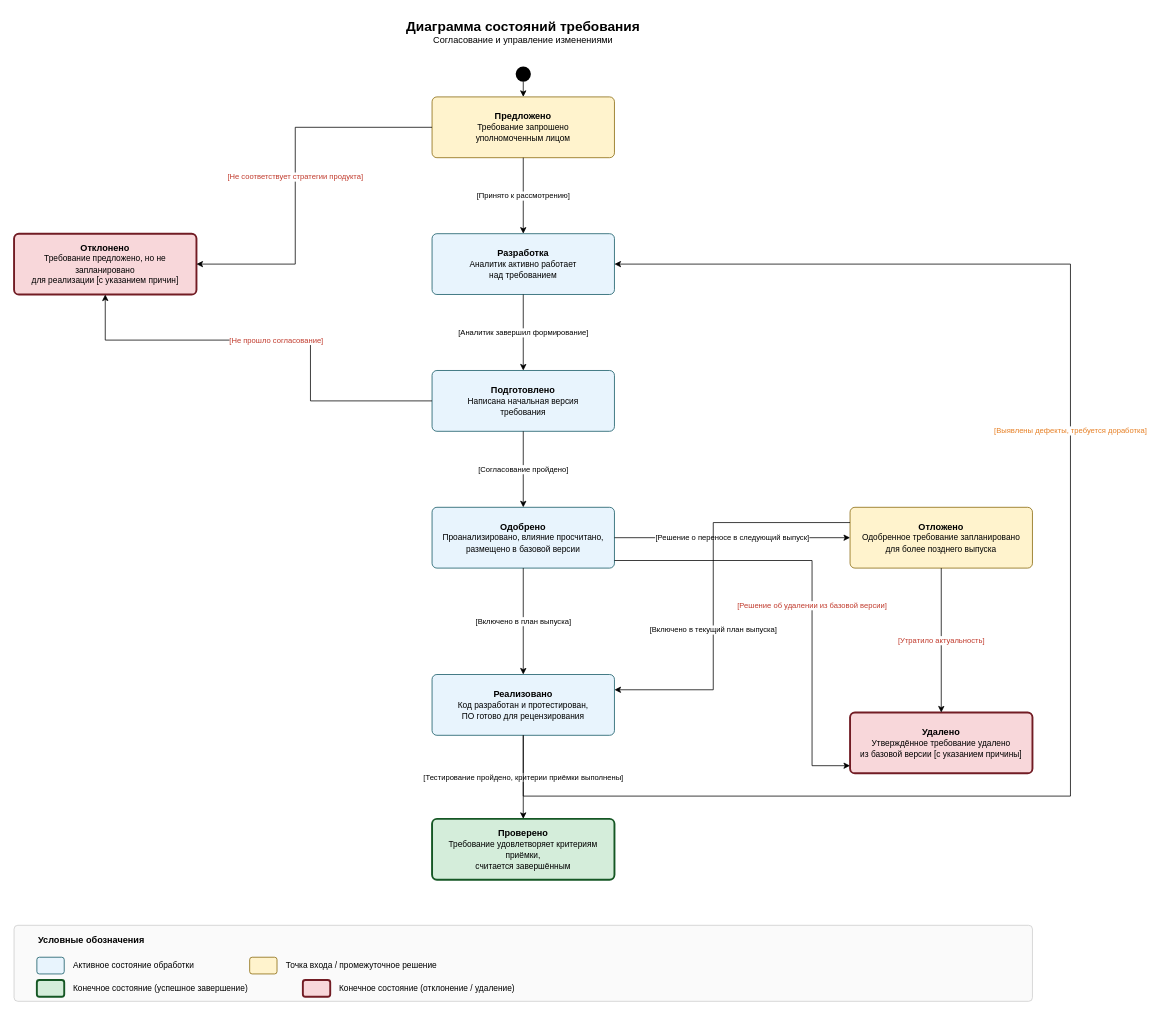
Darya338567/Technical-Specification-BA-CA-Analyst keeps this draw.io diagram as tz_oblteh.drawio. Above is the earlier version. Source tidied: cells renumbered, new cells numbered last; positions are measured from the earlier drawing's top-left corner, leaving out a move shared by most shapes. Both pictures are drawn from the tidied source at 76%, with x=0, y=0 at pixel (14, 13).
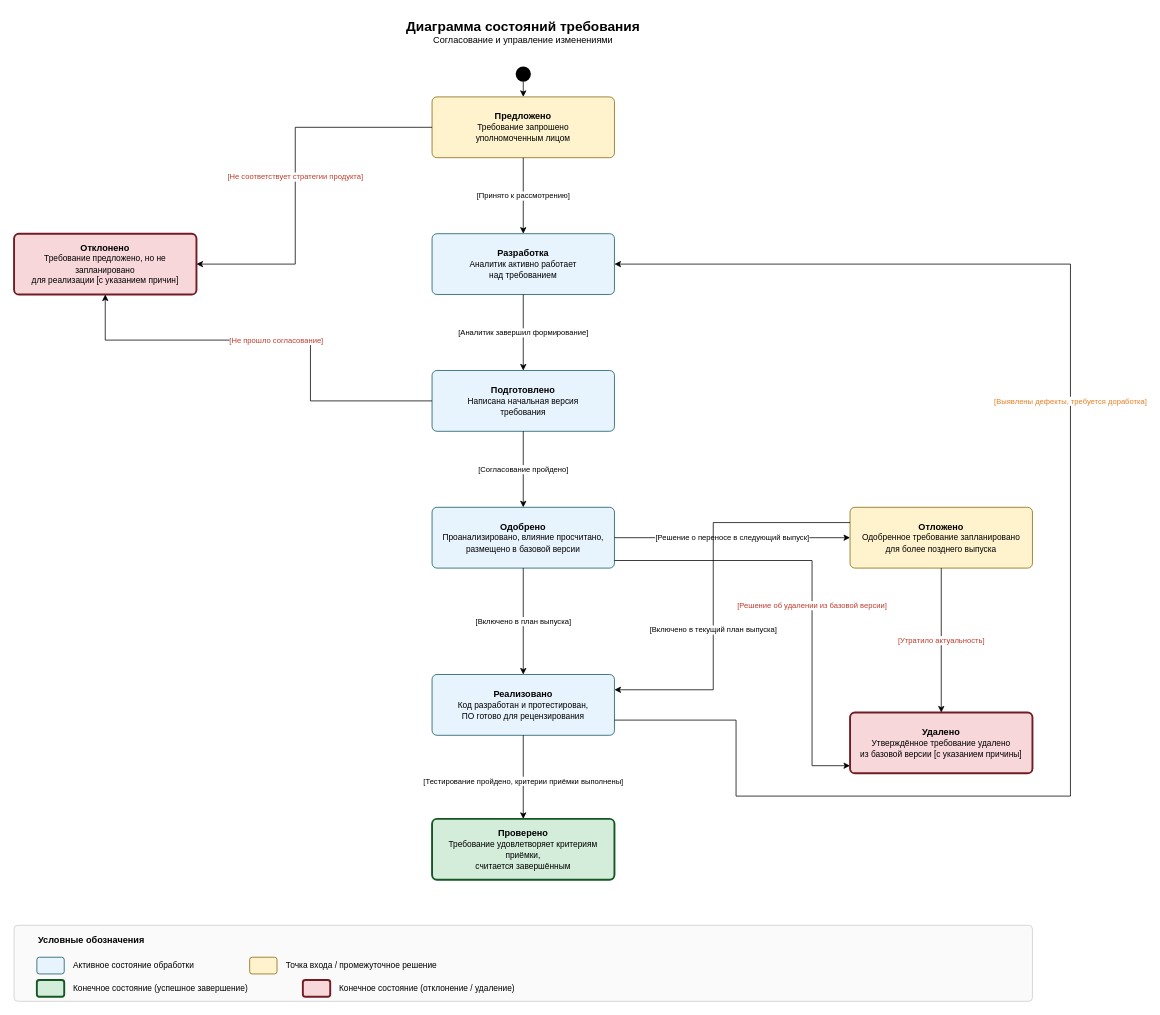
The same diagram, later.

Unchanged cells that the change refers to:
```xml
<mxCell id="5" value="&lt;b&gt;Разработка&lt;/b&gt;&lt;br&gt;&lt;font style=&quot;font-size:11px;&quot;&gt;Аналитик активно работает&lt;br&gt;над требованием&lt;/font&gt;" style="rounded=1;whiteSpace=wrap;html=1;fillColor=#E8F4FD;strokeColor=#0C5460;arcSize=8;" parent="1" vertex="1">
  <mxGeometry x="550" y="290" width="240" height="80" as="geometry" />
</mxCell>
<mxCell id="8" value="&lt;b&gt;Реализовано&lt;/b&gt;&lt;br&gt;&lt;font style=&quot;font-size:11px;&quot;&gt;Код разработан и протестирован,&lt;br&gt;ПО готово для рецензирования&lt;/font&gt;" style="rounded=1;whiteSpace=wrap;html=1;fillColor=#E8F4FD;strokeColor=#0C5460;arcSize=8;" parent="1" vertex="1">
  <mxGeometry x="550" y="870" width="240" height="80" as="geometry" />
</mxCell>
<mxCell id="9" value="&lt;b&gt;Проверено&lt;/b&gt;&lt;br&gt;&lt;font style=&quot;font-size:11px;&quot;&gt;Требование удовлетворяет критериям приёмки,&lt;br&gt;считается завершённым&lt;/font&gt;" style="rounded=1;whiteSpace=wrap;html=1;fillColor=#D4EDDA;strokeColor=#155724;arcSize=8;strokeWidth=2.5;" parent="1" vertex="1">
  <mxGeometry x="550" y="1060" width="240" height="80" as="geometry" />
</mxCell>
```

Diff of the diagram source:
```diff
@@
     <mxCell id="24" value="[Тестирование пройдено, критерии приёмки выполнены]" style="edgeStyle=orthogonalEdgeStyle;rounded=0;jettySize=auto;html=1;exitX=0.5;exitY=1;exitDx=0;exitDy=0;entryX=0.5;entryY=0;entryDx=0;entryDy=0;fontSize=10;" parent="1" edge="1" source="8" target="9">
-      <mxGeometry relative="1" as="geometry" />
+      <mxGeometry x="0.09" relative="1" as="geometry" />
     </mxCell>
-    <mxCell id="25" value="&lt;font color=&quot;#E67E22&quot;&gt;[Выявлены дефекты, требуется доработка]&lt;/font&gt;" style="edgeStyle=orthogonalEdgeStyle;rounded=0;jettySize=auto;html=1;exitX=0.5;exitY=1;exitDx=0;exitDy=0;entryX=1;entryY=0.5;entryDx=0;entryDy=0;fontSize=10;" parent="1" edge="1" source="8" target="5">
+    <mxCell id="25" value="&lt;font color=&quot;#E67E22&quot;&gt;[Выявлены дефекты, требуется доработка]&lt;/font&gt;" style="edgeStyle=orthogonalEdgeStyle;rounded=0;jettySize=auto;html=1;exitX=1;exitY=0.75;exitDx=0;exitDy=0;entryX=1;entryY=0.5;entryDx=0;entryDy=0;fontSize=10;" parent="1" edge="1" source="8" target="5">
       <mxGeometry x="0.22" relative="1" as="geometry">
         <Array as="points">
-          <mxPoint x="670" y="1030" />
+          <mxPoint x="950" y="930" />
+          <mxPoint x="950" y="1030" />
           <mxPoint x="1390" y="1030" />
           <mxPoint x="1390" y="330" />
         </Array>
       </mxGeometry>
     </mxCell>
```
